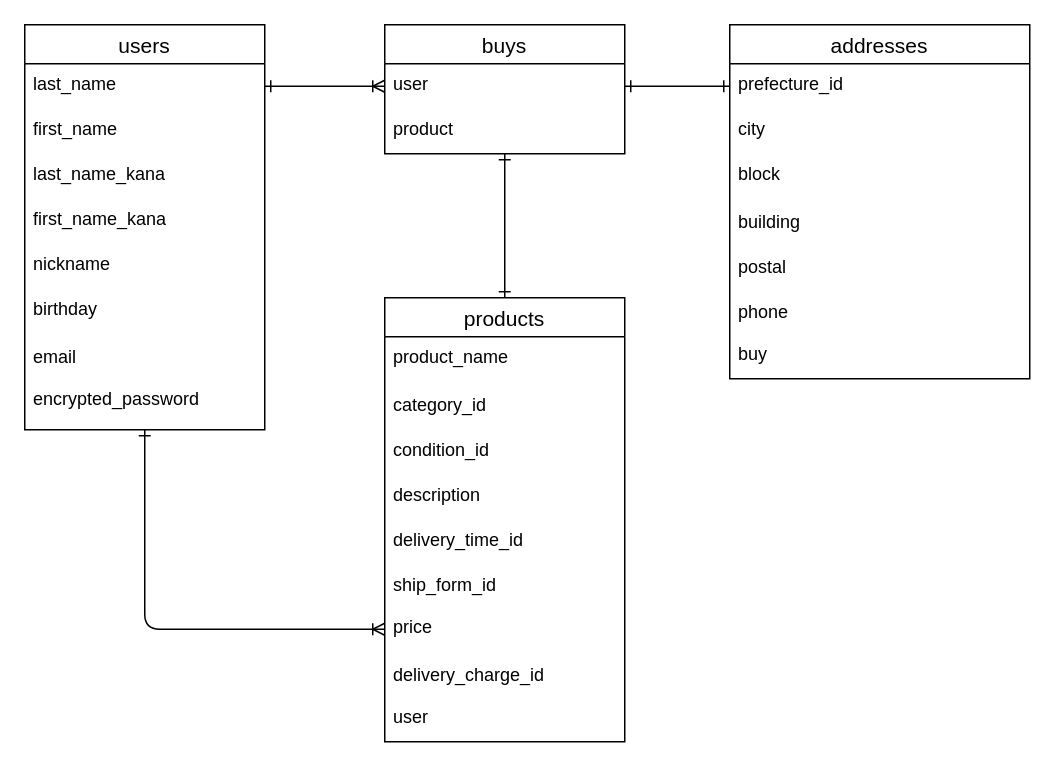
Above: table_er.dio in MITSUAKIHAYAKAWA/furima-38209 (draw.io), before the change. Source tidied: cells renumbered, new cells numbered last; positions are measured from the earlier drawing's top-left corner, leaving out a move shared by most shapes. Both pictures are drawn from the tidied source at 150%, with x=0, y=0 at pixel (24, 24).
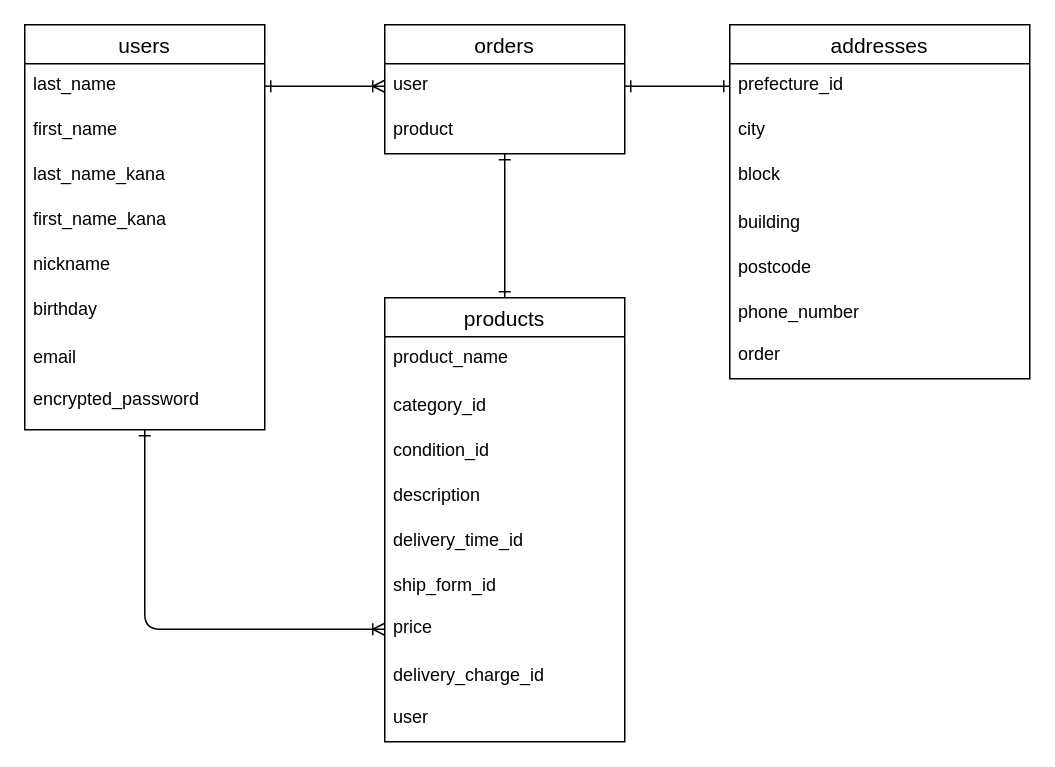
The same diagram, later.

Commit message (it also covers changes not shown here):
テーブル名カラム名の一部修正

The change refers to these unchanged cells:
```xml
<mxCell id="23" value="addresses" style="swimlane;fontStyle=0;horizontal=1;startSize=26;align=center;fontSize=14;" parent="1" vertex="1">
  <mxGeometry x="470" width="200" height="236" as="geometry" />
</mxCell>
```

Change to the diagram source:
```diff
@@
-    <mxCell id="28" value="postal" style="text;strokeColor=none;fillColor=none;align=left;verticalAlign=middle;spacingLeft=4;spacingRight=4;overflow=hidden;" parent="23" vertex="1">
+    <mxCell id="28" value="postcode" style="text;strokeColor=none;fillColor=none;align=left;verticalAlign=middle;spacingLeft=4;spacingRight=4;overflow=hidden;" parent="23" vertex="1">
       <mxGeometry y="146" width="200" height="30" as="geometry" />
     </mxCell>
-    <mxCell id="29" value="phone" style="text;strokeColor=none;fillColor=none;align=left;verticalAlign=middle;spacingLeft=4;spacingRight=4;overflow=hidden;" parent="23" vertex="1">
+    <mxCell id="29" value="phone_number" style="text;strokeColor=none;fillColor=none;align=left;verticalAlign=middle;spacingLeft=4;spacingRight=4;overflow=hidden;" parent="23" vertex="1">
       <mxGeometry y="176" width="200" height="30" as="geometry" />
     </mxCell>
-    <mxCell id="30" value="buy" style="text;strokeColor=none;fillColor=none;spacingLeft=4;spacingRight=4;overflow=hidden;fontSize=12;" parent="23" vertex="1">
+    <mxCell id="30" value="order" style="text;strokeColor=none;fillColor=none;spacingLeft=4;spacingRight=4;overflow=hidden;fontSize=12;" parent="23" vertex="1">
       <mxGeometry y="206" width="200" height="30" as="geometry" />
     </mxCell>
-    <mxCell id="31" value="buys" style="swimlane;fontStyle=0;horizontal=1;startSize=26;align=center;fontSize=14;" parent="1" vertex="1">
+    <mxCell id="31" value="orders" style="swimlane;fontStyle=0;horizontal=1;startSize=26;align=center;fontSize=14;" parent="1" vertex="1">
       <mxGeometry x="240" width="160" height="86" as="geometry" />
     </mxCell>
```
